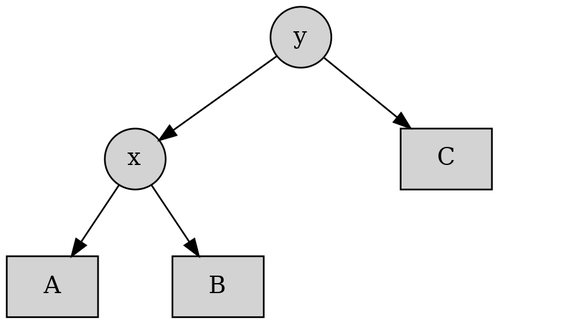
Before: slides/trees/04.self-balancing_binary_search_tree/avl-rotate-example1-izq.dot.png, a diagram exported from Graphviz (jgsogo/eda). Its source is kept beside it as slides/trees/04.self-balancing_binary_search_tree/avl-rotate-example1-izq.dot.
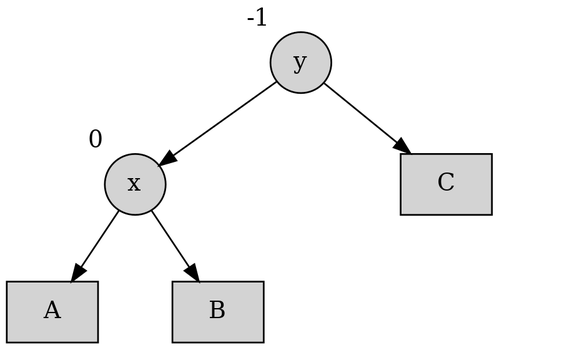
The same diagram one commit later.

Diff of the diagram source:
```diff
@@ -15,8 +15,8 @@
     b2 -> c34 [style=invis weight=10];
     b2 -> c4 [style=invis]
 
-    a1 [label="y"];
-    b1 [label="x"];
+    a1 [label="y" xlabel=-1];
+    b1 [label="x" xlabel=0];
     b2 [label="C" shape=rect];
     c1 [label="A" shape=rect];
     c2 [label="B" shape=rect];
```
